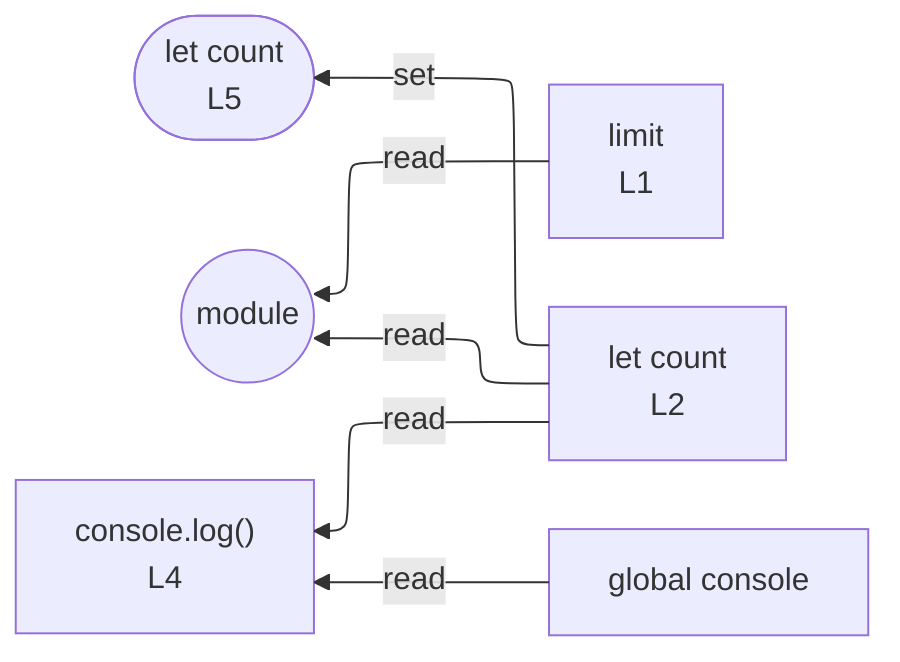
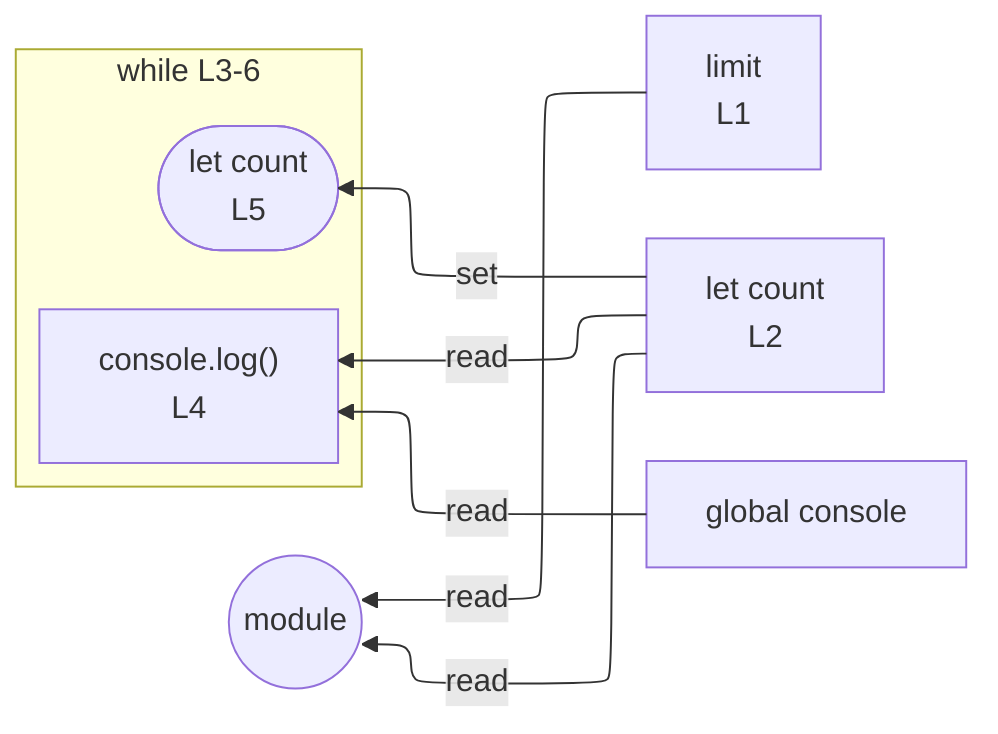
%%{init: {"flowchart": {"defaultRenderer": "elk"}}}%%
flowchart RL
  n_scope_0_limit_6["limit<br/>L1"]
  n_scope_0_count_22["let count<br/>L2"]
  n_scope_0_console_59["global console"]
-   wr_ref_4(["let count<br/>L5"])
+   subgraph s_scope_1["while L3-6"]
+     direction RL
+     wr_ref_4(["let count<br/>L5"])
+     expr_stmt_59["console.log()<br/>L4"]
+   end
  n_scope_0_count_22 -->|set| wr_ref_4
  n_scope_0_count_22 -->|read| module_root
  n_scope_0_limit_6 -->|read| module_root
  n_scope_0_console_59 -->|read| expr_stmt_59
  n_scope_0_count_22 -->|read| expr_stmt_59
-   expr_stmt_59["console.log()<br/>L4"]
  module_root((module))
